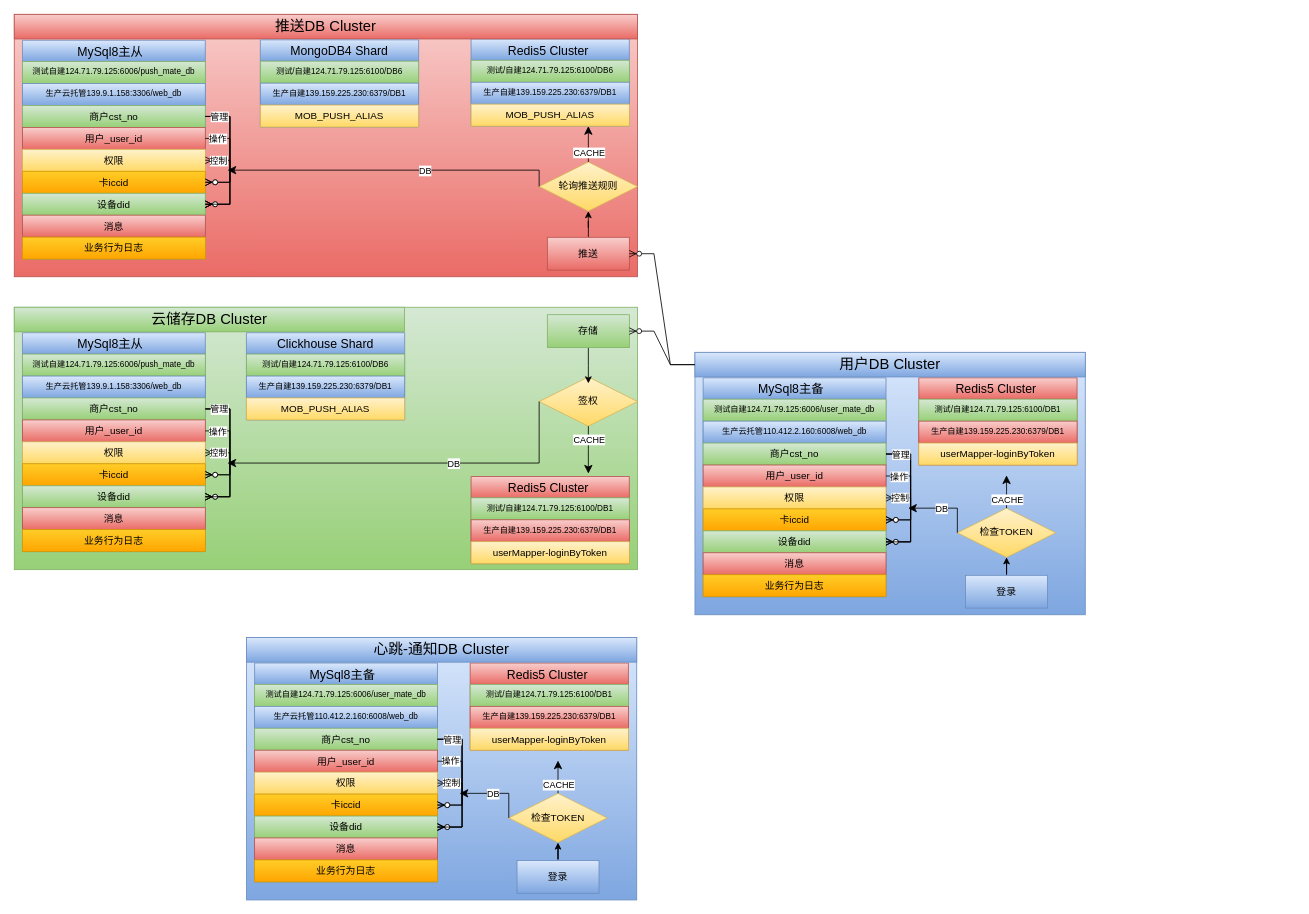
Above: cloudbirds/整体数据模型.drawio in luoyongshun/framework (draw.io), before the change. Source tidied: cells renumbered, new cells numbered last; positions are measured from the earlier drawing's top-left corner, leaving out a move shared by most shapes. Both pictures are drawn from the tidied source at 82%, with x=0, y=0 at pixel (14, 14).
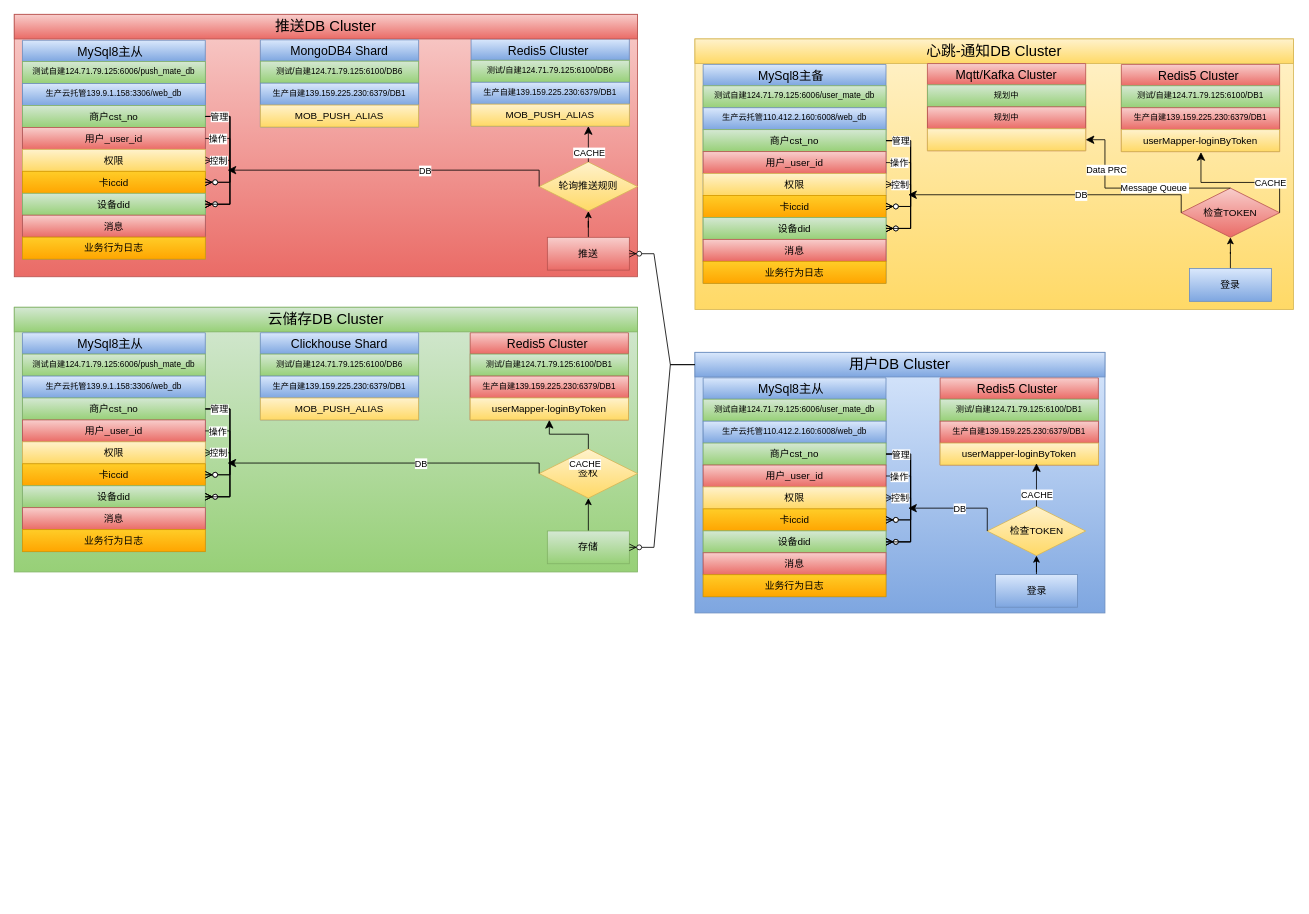
Above is the later version.

Commit message (it also covers changes not shown here):
更新整体数据模型.drawio

The change refers to these unchanged cells:
```xml
<mxCell id="89" value="userMapper-loginByToken" style="text;strokeColor=#d6b656;fillColor=#fff2cc;spacingLeft=4;spacingRight=4;overflow=hidden;points=[[0,0.5],[1,0.5]];portConstraint=eastwest;fontSize=12;gradientColor=#ffd966;align=center;" parent="86" vertex="1">
  <mxGeometry y="79.5" width="193" height="26.8" as="geometry" />
</mxCell>
<mxCell id="130" value="userMapper-loginByToken" style="text;strokeColor=#d6b656;fillColor=#fff2cc;spacingLeft=4;spacingRight=4;overflow=hidden;points=[[0,0.5],[1,0.5]];portConstraint=eastwest;fontSize=12;gradientColor=#ffd966;align=center;" parent="127" vertex="1">
  <mxGeometry y="79.5" width="193" height="26.8" as="geometry" />
</mxCell>
```

Change to the diagram source:
```diff
@@
     <mxCell id="2" style="rounded=0;whiteSpace=wrap;html=1;fillColor=#dae8fc;gradientColor=#7ea6e0;strokeColor=#6c8ebf;" parent="1" vertex="1">
-      <mxGeometry x="830" y="412.2" width="476" height="320" as="geometry" />
+      <mxGeometry x="830" y="412.2" width="500" height="317.8" as="geometry" />
     </mxCell>
     <mxCell id="3" value="检查TOKEN" style="shape=rhombus;perimeter=rhombusPerimeter;whiteSpace=wrap;html=1;align=center;fillColor=#fff2cc;gradientColor=#ffd966;strokeColor=#d6b656;" parent="1" vertex="1">
-      <mxGeometry x="1150" y="602.2" width="120" height="60" as="geometry" />
+      <mxGeometry x="1186.5" y="600.1" width="120" height="60" as="geometry" />
     </mxCell>
-    <mxCell id="4" value="MySql8主备  " style="swimlane;fontStyle=0;horizontal=1;startSize=26;align=center;fontSize=15;fillColor=#dae8fc;gradientColor=#7ea6e0;strokeColor=#6c8ebf;" parent="1" vertex="1">
+    <mxCell id="4" value="MySql8主从  " style="swimlane;fontStyle=0;horizontal=1;startSize=26;align=center;fontSize=15;fillColor=#dae8fc;gradientColor=#7ea6e0;strokeColor=#6c8ebf;" parent="1" vertex="1">
       <mxGeometry x="840" y="443.3" width="223" height="266.9" as="geometry" />
     </mxCell>
@@
     <mxCell id="23" value="登录" style="whiteSpace=wrap;html=1;align=center;fillColor=#dae8fc;gradientColor=#7ea6e0;strokeColor=#6c8ebf;" parent="1" vertex="1">
-      <mxGeometry x="1160" y="684.1" width="100" height="40" as="geometry" />
+      <mxGeometry x="1196.5" y="683" width="100" height="40" as="geometry" />
     </mxCell>
     <mxCell id="24" value="Redis5 Cluster " style="swimlane;fontStyle=0;horizontal=1;startSize=26;align=center;fontSize=15;fillColor=#f8cecc;gradientColor=#ea6b66;strokeColor=#b85450;" parent="1" vertex="1">
-      <mxGeometry x="1103" y="443.3" width="193" height="106.3" as="geometry" />
+      <mxGeometry x="1129" y="443.3" width="193" height="106.3" as="geometry" />
     </mxCell>
@@
-    <mxCell id="30" style="edgeStyle=elbowEdgeStyle;elbow=vertical;endArrow=classic;html=1;curved=0;rounded=0;endSize=8;startSize=8;exitX=0.5;exitY=0;exitDx=0;exitDy=0;" parent="1" edge="1" source="3">
+    <mxCell id="30" style="edgeStyle=elbowEdgeStyle;elbow=vertical;endArrow=classic;html=1;curved=0;rounded=0;endSize=8;startSize=8;exitX=0.5;exitY=0;exitDx=0;exitDy=0;entryX=0.5;entryY=1;entryDx=0;entryDy=0;" parent="1" edge="1" source="3">
       <mxGeometry relative="1" as="geometry">
-        <mxPoint x="1210" y="562.2" as="targetPoint" />
+        <mxPoint x="1246.5" y="547.4" as="targetPoint" />
       </mxGeometry>
     </mxCell>
@@
     <mxCell id="32" value="用户DB Cluster" style="text;html=1;strokeColor=#6c8ebf;fillColor=#dae8fc;align=center;verticalAlign=middle;whiteSpace=wrap;rounded=0;fontSize=18;gradientColor=#7ea6e0;" parent="1" vertex="1">
-      <mxGeometry x="830" y="412.2" width="476" height="30" as="geometry" />
+      <mxGeometry x="830" y="412.2" width="500" height="30" as="geometry" />
     </mxCell>
@@
     <mxCell id="64" style="rounded=0;whiteSpace=wrap;html=1;fillColor=#d5e8d4;gradientColor=#97d077;strokeColor=#82b366;" parent="1" vertex="1">
-      <mxGeometry x="-0.1" y="357.2" width="760.1" height="320" as="geometry" />
+      <mxGeometry x="-0.1" y="357.2" width="760.1" height="322.8" as="geometry" />
     </mxCell>
     <mxCell id="65" value="签权" style="shape=rhombus;perimeter=rhombusPerimeter;whiteSpace=wrap;html=1;align=center;fillColor=#fff2cc;gradientColor=#ffd966;strokeColor=#d6b656;" parent="1" vertex="1">
-      <mxGeometry x="640" y="442.2" width="120" height="60" as="geometry" />
+      <mxGeometry x="640" y="530" width="120" height="60" as="geometry" />
     </mxCell>
@@
-    <mxCell id="84" style="edgeStyle=orthogonalEdgeStyle;rounded=0;jettySize=auto;html=1;" parent="1" edge="1" source="85">
-      <mxGeometry relative="1" as="geometry">
-        <mxPoint x="700" y="450" as="targetPoint" />
-      </mxGeometry>
+    <mxCell id="84" style="edgeStyle=orthogonalEdgeStyle;rounded=0;jettySize=auto;html=1;entryX=0.5;entryY=1;entryDx=0;entryDy=0;" parent="1" edge="1" source="85" target="65">
+      <mxGeometry relative="1" as="geometry" />
     </mxCell>
     <mxCell id="85" value="存储" style="whiteSpace=wrap;html=1;align=center;fillColor=#d5e8d4;gradientColor=#97d077;strokeColor=#82b366;" parent="1" vertex="1">
-      <mxGeometry x="650" y="366.3" width="100" height="40" as="geometry" />
+      <mxGeometry x="650" y="630" width="100" height="40" as="geometry" />
     </mxCell>
     <mxCell id="86" value="Redis5 Cluster " style="swimlane;fontStyle=0;horizontal=1;startSize=26;align=center;fontSize=15;fillColor=#f8cecc;gradientColor=#ea6b66;strokeColor=#b85450;" parent="1" vertex="1">
-      <mxGeometry x="557" y="563.6" width="193" height="106.3" as="geometry" />
+      <mxGeometry x="555.9" y="388.3" width="193" height="106.3" as="geometry" />
     </mxCell>
@@
-    <mxCell id="92" style="edgeStyle=elbowEdgeStyle;elbow=vertical;endArrow=classic;html=1;curved=0;rounded=0;endSize=8;startSize=8;exitX=0.5;exitY=1;exitDx=0;exitDy=0;" parent="1" edge="1" source="65">
-      <mxGeometry relative="1" as="geometry">
-        <mxPoint x="700" y="560" as="targetPoint" />
-      </mxGeometry>
+    <mxCell id="92" style="edgeStyle=elbowEdgeStyle;elbow=vertical;endArrow=classic;html=1;curved=0;rounded=0;endSize=8;startSize=8;exitX=0.5;exitY=0;exitDx=0;exitDy=0;" parent="1" edge="1" source="65" target="89">
+      <mxGeometry relative="1" as="geometry" />
     </mxCell>
     <mxCell id="93" value="CACHE" style="edgeLabel;html=1;align=center;verticalAlign=middle;" parent="92" vertex="1">
-      <mxGeometry x="-0.44" relative="1" as="geometry" />
+      <mxGeometry x="-0.44" relative="1" as="geometry">
+        <mxPoint y="36" as="offset" />
+      </mxGeometry>
     </mxCell>
     <mxCell id="94" value="云储存DB Cluster" style="text;html=1;strokeColor=#82b366;fillColor=#d5e8d4;align=center;verticalAlign=middle;whiteSpace=wrap;rounded=0;fontSize=18;gradientColor=#97d077;" parent="1" vertex="1">
-      <mxGeometry x="-0.1" y="357.2" width="476" height="30" as="geometry" />
+      <mxGeometry x="-0.1" y="357.2" width="760.1" height="30" as="geometry" />
     </mxCell>
@@
     <mxCell id="101" value="Clickhouse Shard" style="swimlane;fontStyle=0;horizontal=1;startSize=26;align=center;fontSize=15;fillColor=#dae8fc;gradientColor=#7ea6e0;strokeColor=#6c8ebf;" parent="1" vertex="1">
-      <mxGeometry x="283" y="388.3" width="193" height="106.3" as="geometry" />
+      <mxGeometry x="300" y="388.3" width="193" height="106.3" as="geometry" />
     </mxCell>
@@
-    <mxCell id="105" style="rounded=0;whiteSpace=wrap;html=1;fillColor=#dae8fc;gradientColor=#7ea6e0;strokeColor=#6c8ebf;" parent="1" vertex="1">
-      <mxGeometry x="283" y="760" width="476" height="320" as="geometry" />
+    <mxCell id="105" style="rounded=0;whiteSpace=wrap;html=1;fillColor=#fff2cc;gradientColor=#ffd966;strokeColor=#d6b656;" parent="1" vertex="1">
+      <mxGeometry x="830" y="30" width="730" height="330" as="geometry" />
     </mxCell>
-    <mxCell id="106" value="检查TOKEN" style="shape=rhombus;perimeter=rhombusPerimeter;whiteSpace=wrap;html=1;align=center;fillColor=#fff2cc;gradientColor=#ffd966;strokeColor=#d6b656;" parent="1" vertex="1">
-      <mxGeometry x="603" y="950" width="120" height="60" as="geometry" />
+    <mxCell id="106" value="检查TOKEN" style="shape=rhombus;perimeter=rhombusPerimeter;whiteSpace=wrap;html=1;align=center;fillColor=#f8cecc;gradientColor=#ea6b66;strokeColor=#b85450;" parent="1" vertex="1">
+      <mxGeometry x="1423" y="211.9" width="120" height="60" as="geometry" />
     </mxCell>
     <mxCell id="107" value="MySql8主备  " style="swimlane;fontStyle=0;horizontal=1;startSize=26;align=center;fontSize=15;fillColor=#dae8fc;gradientColor=#7ea6e0;strokeColor=#6c8ebf;" parent="1" vertex="1">
-      <mxGeometry x="293" y="791.1" width="223" height="266.9" as="geometry" />
+      <mxGeometry x="840" y="61.1" width="223" height="266.9" as="geometry" />
     </mxCell>
@@
     <mxCell id="126" value="登录" style="whiteSpace=wrap;html=1;align=center;fillColor=#dae8fc;gradientColor=#7ea6e0;strokeColor=#6c8ebf;" parent="1" vertex="1">
-      <mxGeometry x="613" y="1031.9" width="100" height="40" as="geometry" />
+      <mxGeometry x="1433" y="310" width="100" height="40" as="geometry" />
     </mxCell>
     <mxCell id="127" value="Redis5 Cluster " style="swimlane;fontStyle=0;horizontal=1;startSize=26;align=center;fontSize=15;fillColor=#f8cecc;gradientColor=#ea6b66;strokeColor=#b85450;" parent="1" vertex="1">
-      <mxGeometry x="555.9" y="791.1" width="193" height="106.3" as="geometry" />
+      <mxGeometry x="1350" y="61.1" width="193" height="106.3" as="geometry" />
     </mxCell>
@@
     <mxCell id="131" style="edgeStyle=elbowEdgeStyle;elbow=vertical;endArrow=classic;html=1;curved=0;rounded=0;endSize=8;startSize=8;exitX=0;exitY=0.5;exitDx=0;exitDy=0;" parent="1" edge="1" source="106">
       <mxGeometry relative="1" as="geometry">
-        <mxPoint x="543" y="950" as="targetPoint" />
+        <mxPoint x="1090" y="220" as="targetPoint" />
         <Array as="points">
-          <mxPoint x="583" y="950" />
+          <mxPoint x="1130" y="220" />
         </Array>
       </mxGeometry>
     </mxCell>
@@
-    <mxCell id="133" style="edgeStyle=elbowEdgeStyle;elbow=vertical;endArrow=classic;html=1;curved=0;rounded=0;endSize=8;startSize=8;exitX=0.5;exitY=0;exitDx=0;exitDy=0;" parent="1" edge="1" source="106">
-      <mxGeometry relative="1" as="geometry">
-        <mxPoint x="663" y="910" as="targetPoint" />
-      </mxGeometry>
+    <mxCell id="133" style="edgeStyle=elbowEdgeStyle;elbow=vertical;endArrow=classic;html=1;curved=0;rounded=0;endSize=8;startSize=8;exitX=1;exitY=0.5;exitDx=0;exitDy=0;entryX=0.503;entryY=1.024;entryDx=0;entryDy=0;entryPerimeter=0;" parent="1" edge="1" source="106" target="130">
+      <mxGeometry relative="1" as="geometry" />
     </mxCell>
@@
-    <mxCell id="135" value="心跳-通知DB Cluster" style="text;html=1;strokeColor=#6c8ebf;fillColor=#dae8fc;align=center;verticalAlign=middle;whiteSpace=wrap;rounded=0;fontSize=18;gradientColor=#7ea6e0;" parent="1" vertex="1">
-      <mxGeometry x="283" y="760" width="476" height="30" as="geometry" />
+    <mxCell id="135" value="心跳-通知DB Cluster" style="text;html=1;strokeColor=#d6b656;fillColor=#fff2cc;align=center;verticalAlign=middle;whiteSpace=wrap;rounded=0;fontSize=18;gradientColor=#ffd966;" parent="1" vertex="1">
+      <mxGeometry x="830" y="30" width="730" height="30" as="geometry" />
     </mxCell>
+    <mxCell id="136" value="Mqtt/Kafka Cluster" style="swimlane;fontStyle=0;horizontal=1;startSize=26;align=center;fontSize=15;fillColor=#f8cecc;gradientColor=#ea6b66;strokeColor=#b85450;" parent="1" vertex="1">
+      <mxGeometry x="1113.5" y="60" width="193" height="106.3" as="geometry" />
+    </mxCell>
+    <mxCell id="137" value="规划中" style="text;strokeColor=#82b366;fillColor=#d5e8d4;spacingLeft=4;spacingRight=4;overflow=hidden;fontSize=10;gradientColor=#97d077;align=center;" parent="136" vertex="1">
+      <mxGeometry y="26" width="193" height="26.8" as="geometry" />
+    </mxCell>
+    <mxCell id="138" value="规划中" style="text;strokeColor=#b85450;fillColor=#f8cecc;spacingLeft=4;spacingRight=4;overflow=hidden;fontSize=10;gradientColor=#ea6b66;align=center;" parent="136" vertex="1">
+      <mxGeometry y="52.8" width="193" height="26.8" as="geometry" />
+    </mxCell>
+    <mxCell id="139" style="text;strokeColor=#d6b656;fillColor=#fff2cc;spacingLeft=4;spacingRight=4;overflow=hidden;points=[[0,0.5],[1,0.5]];portConstraint=eastwest;fontSize=12;gradientColor=#ffd966;align=center;" parent="136" vertex="1">
+      <mxGeometry y="79.5" width="193" height="26.8" as="geometry" />
+    </mxCell>
+    <mxCell id="140" style="edgeStyle=elbowEdgeStyle;elbow=horizontal;endArrow=classic;html=1;curved=0;rounded=0;endSize=8;startSize=8;exitX=0.5;exitY=0;exitDx=0;exitDy=0;" parent="1" edge="1" source="106" target="139">
+      <mxGeometry relative="1" as="geometry">
+        <Array as="points">
+          <mxPoint x="1330" y="180" />
+        </Array>
+      </mxGeometry>
+    </mxCell>
+    <mxCell id="141" value="Message Queue&amp;nbsp;" style="edgeLabel;html=1;align=center;verticalAlign=middle;" parent="140" vertex="1">
+      <mxGeometry x="-0.05" relative="1" as="geometry">
+        <mxPoint x="19" as="offset" />
+      </mxGeometry>
+    </mxCell>
+    <mxCell id="142" value="Data PRC" style="edgeLabel;html=1;align=center;verticalAlign=middle;" parent="140" vertex="1">
+      <mxGeometry x="0.64" y="-1" relative="1" as="geometry">
+        <mxPoint y="18" as="offset" />
+      </mxGeometry>
+    </mxCell>
```
